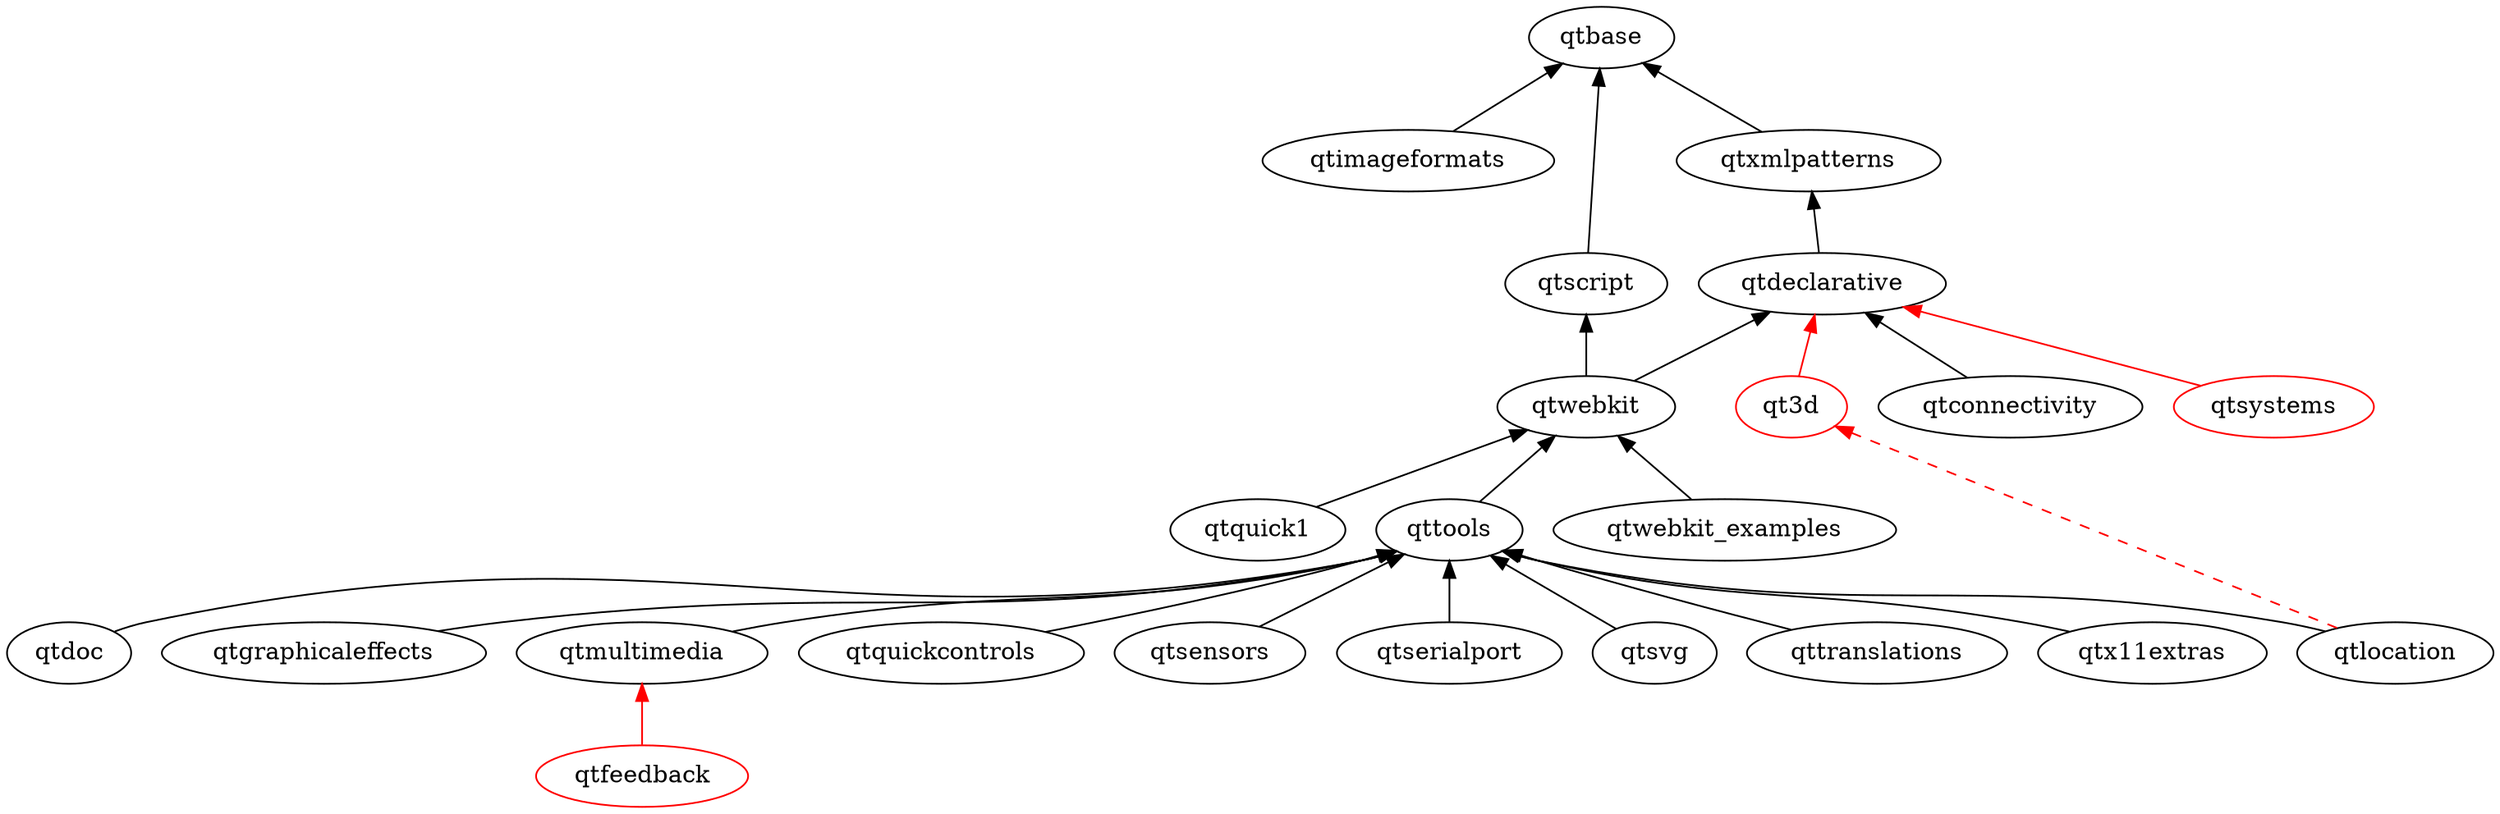
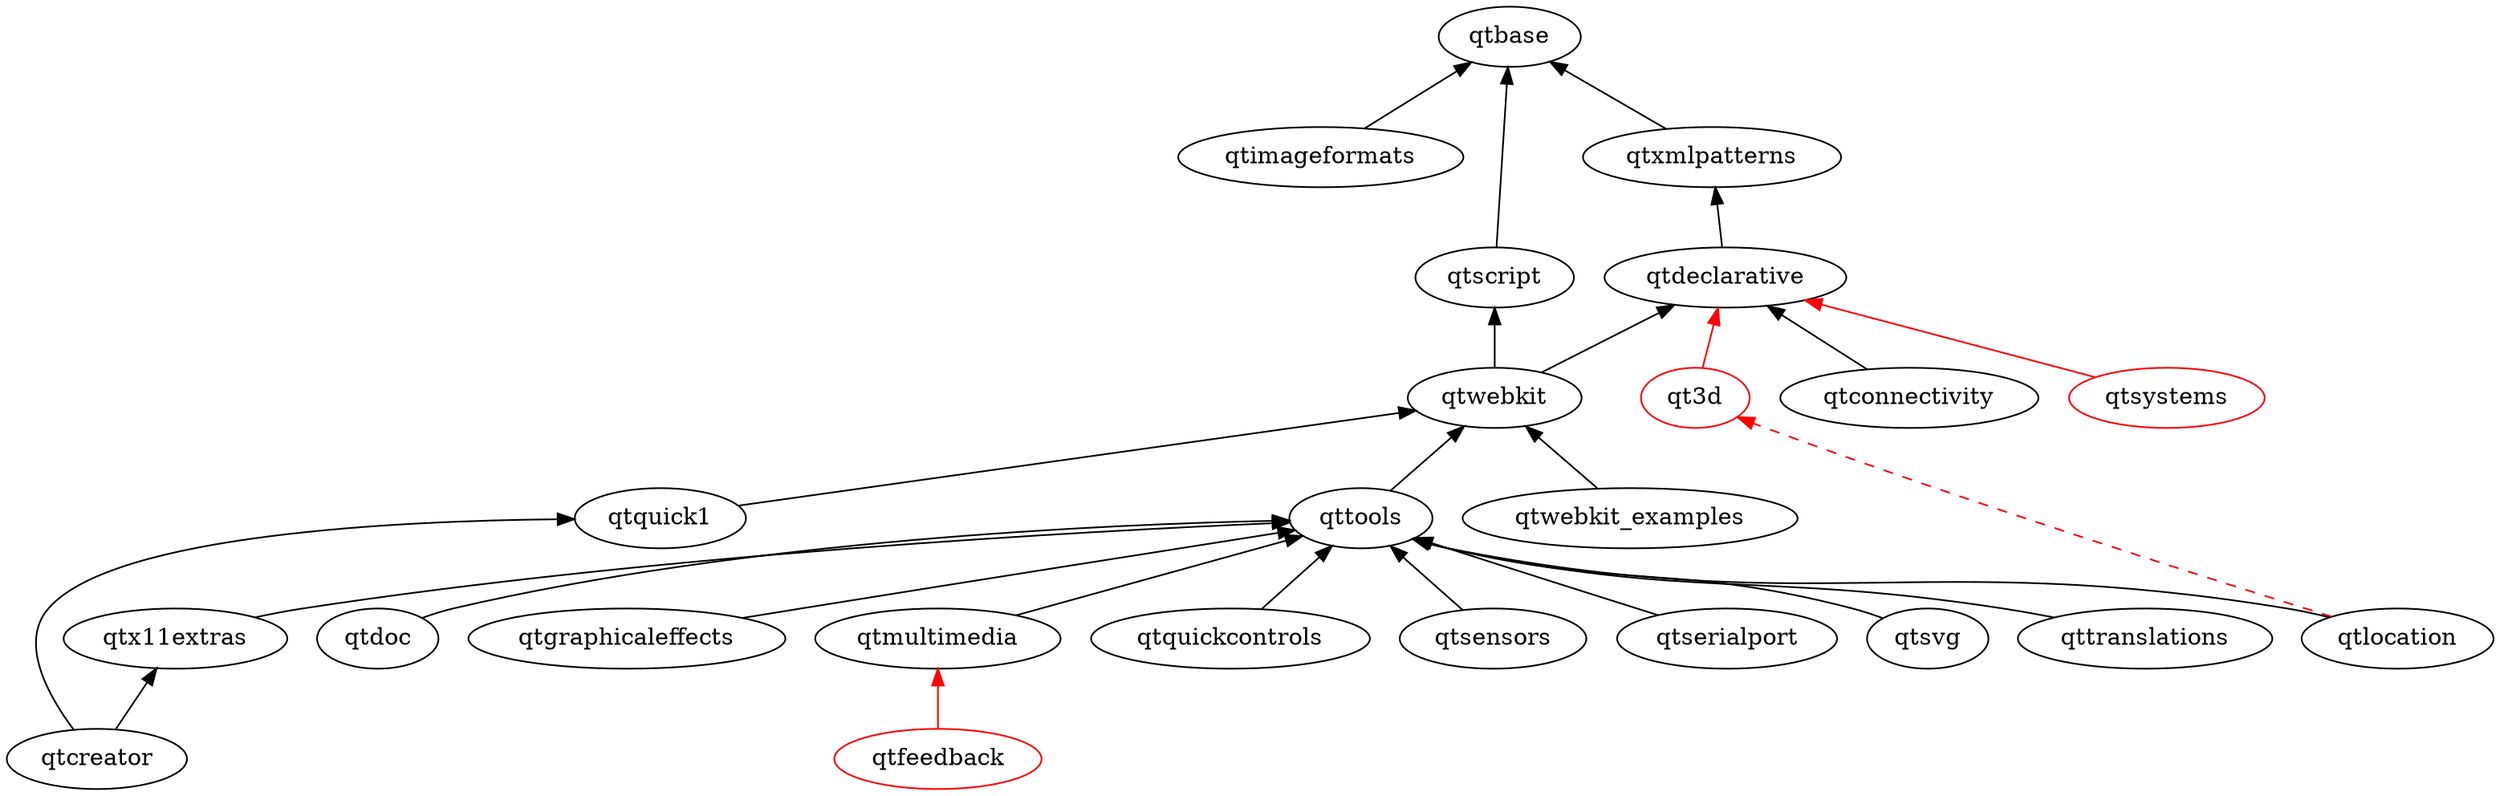
digraph qt5 {
  graph [
    rankdir = "BT"
  ]

  qt3d [ color = red ]
  qtbase
  qtconnectivity
+   qtcreator
  qtdeclarative
  qtdoc
  qtfeedback [ color = red ]
  qtgraphicaleffects
  qtimageformats
  qtlocation
  qtmultimedia
  qtquick1
  qtquickcontrols
  qtscript
  qtsensors
  qtserialport
  qtsvg
  qtsystems [ color = red ]
  qttools
  qttranslations
  qtwebkit
  qtwebkit_examples
  qtx11extras
  qtxmlpatterns

  qtconnectivity -> qtdeclarative
+   qtcreator -> qtx11extras
+   qtcreator -> qtquick1
  qtdeclarative -> qtxmlpatterns
  qtdoc -> qttools
  qtgraphicaleffects -> qttools
  qtimageformats -> qtbase
  qtmultimedia -> qttools
  qtquick1 -> qtwebkit
  qtquickcontrols -> qttools
  qtsensors -> qttools
  qtserialport -> qttools
  qtscript -> qtbase
  qtsvg -> qttools
  qttools -> qtwebkit
  qttranslations -> qttools
  qtwebkit -> qtscript
  qtwebkit -> qtdeclarative
  qtwebkit_examples -> qtwebkit
  qtx11extras -> qttools
  qtxmlpatterns -> qtbase
  qtlocation -> qttools

  // unsure/not-uploaded
  qt3d -> qtdeclarative [ color = red ]
  qtfeedback -> qtmultimedia [ color = red ]
  qtlocation -> qt3d [color = red style = dashed]
  qtsystems -> qtdeclarative [ color = red ]
}
